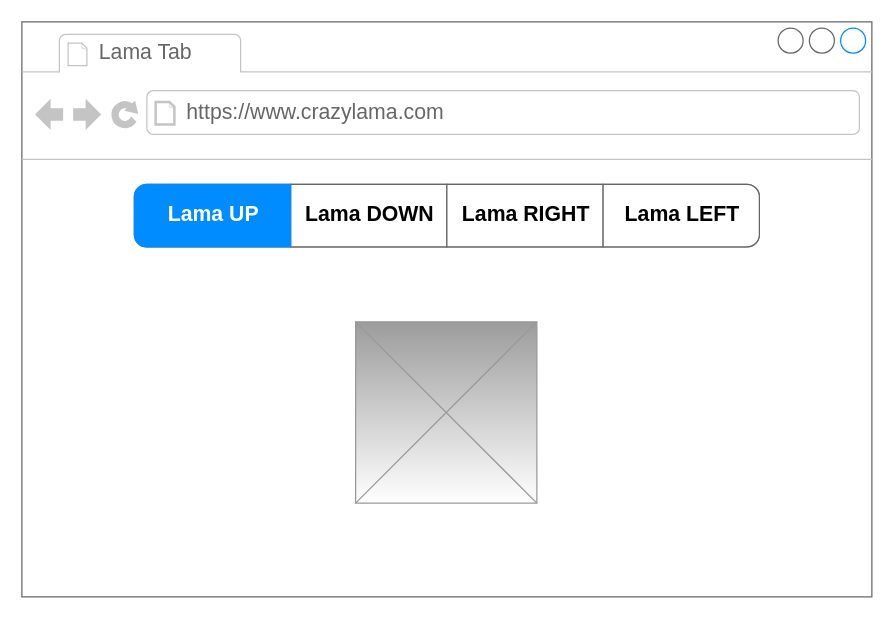
Scheggia02/2021-computerTech-html5 keeps this draw.io diagram as InteractablePage.drawio. Above is the earlier version. Source tidied: cells renumbered, new cells numbered last; positions are measured from the earlier drawing's top-left corner, leaving out a move shared by most shapes. Both pictures are drawn from the tidied source at 125%, with x=0, y=0 at pixel (21, 21).
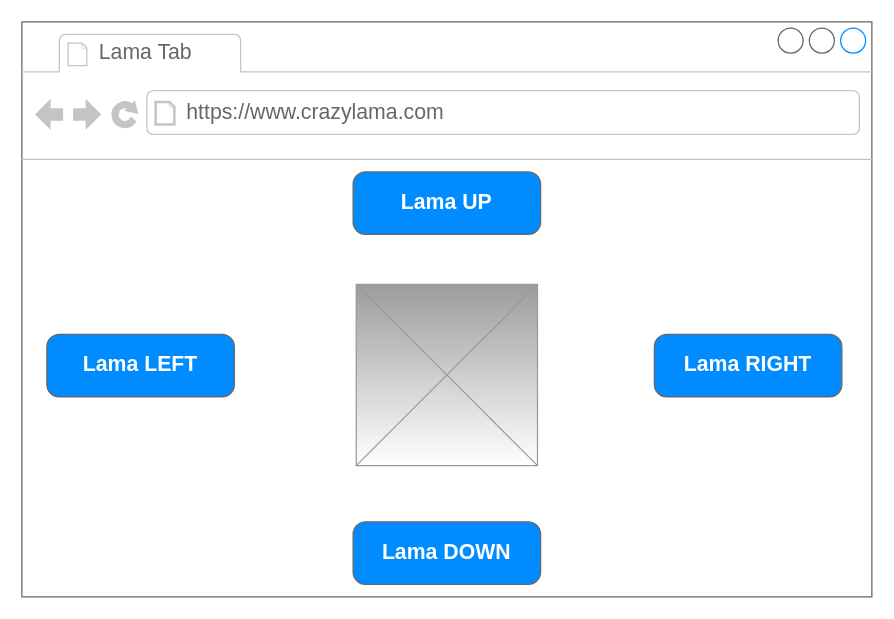
Above is the later version.

Diff of the diagram source:
```diff
@@
 <mxGraphModel>
   <root>
     <mxCell id="0" />
     <mxCell id="1" parent="0" />
     <mxCell id="2" style="strokeWidth=1;shadow=0;dashed=0;align=center;html=1;shape=mxgraph.mockup.containers.browserWindow;rSize=0;strokeColor=#666666;strokeColor2=#008cff;strokeColor3=#c4c4c4;mainText=,;fillColor=#FFFFFF;" parent="1" vertex="1">
       <mxGeometry width="680" height="460" as="geometry" />
     </mxCell>
     <mxCell id="3" value="Lama Tab" style="strokeWidth=1;shadow=0;dashed=0;align=center;html=1;shape=mxgraph.mockup.containers.anchor;fontSize=17;fontColor=#666666;align=left;" parent="2" vertex="1">
       <mxGeometry x="60" y="12" width="110" height="26" as="geometry" />
     </mxCell>
     <mxCell id="4" value="https://www.crazylama.com" style="strokeWidth=1;shadow=0;dashed=0;align=center;html=1;shape=mxgraph.mockup.containers.anchor;rSize=0;fontSize=17;fontColor=#666666;align=left;" parent="2" vertex="1">
       <mxGeometry x="130" y="60" width="250" height="26" as="geometry" />
     </mxCell>
-    <mxCell id="5" style="strokeWidth=1;shadow=0;dashed=0;align=center;html=1;shape=mxgraph.mockup.rrect;rSize=10;fillColor=#ffffff;strokeColor=#666666;" parent="2" vertex="1">
-      <mxGeometry x="90" y="130" width="500" height="50" as="geometry" />
-    </mxCell>
-    <mxCell id="6" value="&lt;font color=&quot;#000000&quot;&gt;Lama DOWN&lt;br&gt;&lt;/font&gt;" style="strokeColor=inherit;fillColor=inherit;gradientColor=inherit;strokeWidth=1;shadow=0;dashed=0;align=center;html=1;shape=mxgraph.mockup.rrect;rSize=0;fontSize=17;fontColor=#666666;fontStyle=1;" parent="5" vertex="1">
-      <mxGeometry width="125" height="50" relative="1" as="geometry">
-        <mxPoint x="125" as="offset" />
-      </mxGeometry>
-    </mxCell>
+    <mxCell id="10" style="verticalLabelPosition=bottom;shadow=0;dashed=0;align=center;html=1;verticalAlign=top;strokeWidth=1;shape=mxgraph.mockup.graphics.simpleIcon;strokeColor=#999999;fillColor=#9C9C9C;gradientColor=#ffffff;" parent="2" vertex="1">
+      <mxGeometry x="267.5" y="210" width="145" height="145" as="geometry" />
+    </mxCell>
-    <mxCell id="7" value="&lt;font color=&quot;#000000&quot;&gt;Lama RIGHT&lt;/font&gt;" style="strokeColor=inherit;fillColor=inherit;gradientColor=inherit;strokeWidth=1;shadow=0;dashed=0;align=center;html=1;shape=mxgraph.mockup.rrect;rSize=0;fontSize=17;fontColor=#666666;fontStyle=1;" parent="5" vertex="1">
-      <mxGeometry width="125" height="50" relative="1" as="geometry">
-        <mxPoint x="250" as="offset" />
-      </mxGeometry>
+    <mxCell id="7" value="Lama RIGHT" style="strokeWidth=1;shadow=0;dashed=0;align=center;html=1;shape=mxgraph.mockup.buttons.button;strokeColor=#666666;fontColor=#ffffff;mainText=;buttonStyle=round;fontSize=17;fontStyle=1;fillColor=#008cff;whiteSpace=wrap;" parent="2" vertex="1">
+      <mxGeometry x="506" y="250" width="150" height="50" as="geometry" />
     </mxCell>
-    <mxCell id="8" value="&lt;font color=&quot;#000000&quot;&gt;Lama LEFT&lt;/font&gt;" style="strokeColor=inherit;fillColor=inherit;gradientColor=inherit;strokeWidth=1;shadow=0;dashed=0;align=center;html=1;shape=mxgraph.mockup.rightButton;rSize=10;fontSize=17;fontColor=#666666;fontStyle=1;" parent="5" vertex="1">
-      <mxGeometry x="1" width="125" height="50" relative="1" as="geometry">
-        <mxPoint x="-125" as="offset" />
-      </mxGeometry>
+    <mxCell id="8" value="Lama LEFT" style="strokeWidth=1;shadow=0;dashed=0;align=center;html=1;shape=mxgraph.mockup.buttons.button;strokeColor=#666666;fontColor=#ffffff;mainText=;buttonStyle=round;fontSize=17;fontStyle=1;fillColor=#008cff;whiteSpace=wrap;" parent="2" vertex="1">
+      <mxGeometry x="20" y="250" width="150" height="50" as="geometry" />
     </mxCell>
-    <mxCell id="9" value="Lama UP" style="strokeWidth=1;shadow=0;dashed=0;align=center;html=1;shape=mxgraph.mockup.leftButton;rSize=10;fontSize=17;fontColor=#ffffff;fontStyle=1;fillColor=#008cff;strokeColor=#008cff;" parent="5" vertex="1">
-      <mxGeometry width="125" height="50" relative="1" as="geometry" />
+    <mxCell id="9" value="Lama UP" style="strokeWidth=1;shadow=0;dashed=0;align=center;html=1;shape=mxgraph.mockup.buttons.button;strokeColor=#666666;fontColor=#ffffff;mainText=;buttonStyle=round;fontSize=17;fontStyle=1;fillColor=#008cff;whiteSpace=wrap;" parent="2" vertex="1">
+      <mxGeometry x="265" y="120" width="150" height="50" as="geometry" />
     </mxCell>
-    <mxCell id="10" style="verticalLabelPosition=bottom;shadow=0;dashed=0;align=center;html=1;verticalAlign=top;strokeWidth=1;shape=mxgraph.mockup.graphics.simpleIcon;strokeColor=#999999;fillColor=#9C9C9C;gradientColor=#ffffff;" parent="2" vertex="1">
-      <mxGeometry x="267" y="240" width="145" height="145" as="geometry" />
-    </mxCell>
+    <mxCell id="6" value="Lama DOWN" style="strokeWidth=1;shadow=0;dashed=0;align=center;html=1;shape=mxgraph.mockup.buttons.button;strokeColor=#666666;fontColor=#ffffff;mainText=;buttonStyle=round;fontSize=17;fontStyle=1;fillColor=#008cff;whiteSpace=wrap;" parent="2" vertex="1">
+      <mxGeometry x="265" y="400" width="150" height="50" as="geometry" />
+    </mxCell>
   </root>
 </mxGraphModel>
```
